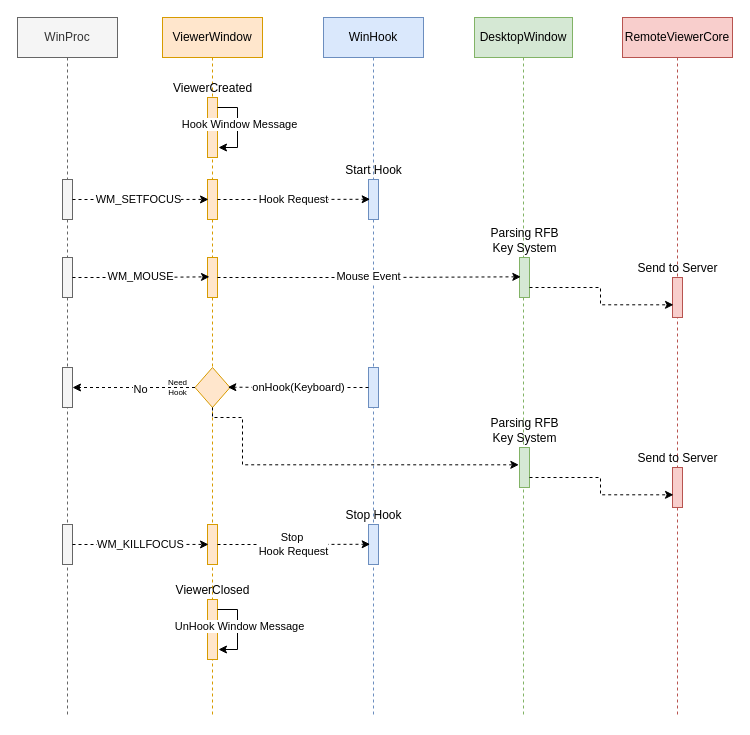
rhkdguskim/Study keeps this draw.io diagram as page "Client K/M" (6 of 9) of UML/mirero/SwRcs/Arch.drawio. Above is the earlier version. Source tidied: cells renumbered, new cells numbered last; positions are measured from the earlier drawing's top-left corner, leaving out a move shared by most shapes. Both pictures are drawn from the tidied source at 100%, with x=0, y=0 at pixel (17, 17).
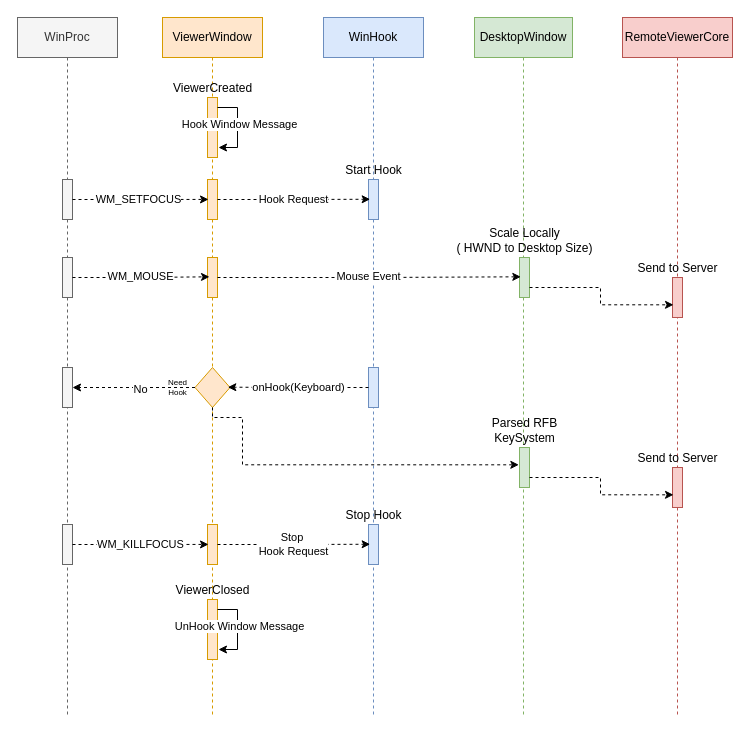
The same diagram, later.

Unchanged cells that the change refers to:
```xml
<mxCell id="2" value="DesktopWindow" style="shape=umlLifeline;perimeter=lifelinePerimeter;whiteSpace=wrap;html=1;fillColor=#d5e8d4;strokeColor=#82b366;" parent="1" vertex="1">
  <mxGeometry x="457" width="98" height="700" as="geometry" />
</mxCell>
<mxCell id="8" value="RemoteViewerCore" style="shape=umlLifeline;perimeter=lifelinePerimeter;whiteSpace=wrap;html=1;fillColor=#f8cecc;strokeColor=#b85450;" parent="1" vertex="1">
  <mxGeometry x="605" width="110" height="700" as="geometry" />
</mxCell>
```

What changed in the source:
```diff
@@
-    <mxCell id="3" value="Parsing RFB&lt;br&gt;Key System" style="html=1;points=[];perimeter=orthogonalPerimeter;fillColor=#d5e8d4;strokeColor=#82b366;labelPosition=center;verticalLabelPosition=top;align=center;verticalAlign=bottom;" parent="2" vertex="1">
+    <mxCell id="3" value="Scale Locally&lt;br&gt;( HWND to Desktop Size)" style="html=1;points=[];perimeter=orthogonalPerimeter;fillColor=#d5e8d4;strokeColor=#82b366;labelPosition=center;verticalLabelPosition=top;align=center;verticalAlign=bottom;" parent="2" vertex="1">
       <mxGeometry x="45" y="240" width="10" height="40" as="geometry" />
     </mxCell>
@@
-    <mxCell id="11" value="Parsing RFB&lt;br&gt;Key System" style="html=1;points=[];perimeter=orthogonalPerimeter;fillColor=#d5e8d4;strokeColor=#82b366;labelPosition=center;verticalLabelPosition=top;align=center;verticalAlign=bottom;" parent="8" vertex="1">
+    <mxCell id="11" value="Parsed RFB&lt;br&gt;KeySystem" style="html=1;points=[];perimeter=orthogonalPerimeter;fillColor=#d5e8d4;strokeColor=#82b366;labelPosition=center;verticalLabelPosition=top;align=center;verticalAlign=bottom;" parent="8" vertex="1">
       <mxGeometry x="-103" y="430" width="10" height="40" as="geometry" />
     </mxCell>
```
